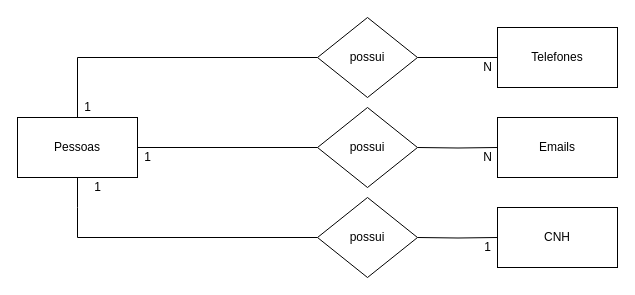
Earlier version of the draw.io diagram page "conceitual" (1 of 2) of sprint-1-bd/exercicios/1.1-exercicio-pessoas/1.1-exercicio-pessoas.drawio (gimacedo-blop/DEV-1). Source tidied: cells renumbered, new cells numbered last; positions are measured from the earlier drawing's top-left corner, leaving out a move shared by most shapes. Both pictures are drawn from the tidied source at 100%, with x=0, y=0 at pixel (17, 17).
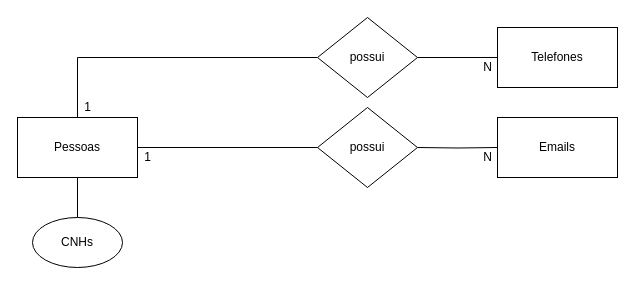
Above is the later version.

Unchanged cells that the change refers to:
```xml
<mxCell id="16" value="Pessoas" style="rounded=0;whiteSpace=wrap;html=1;" parent="1" vertex="1">
  <mxGeometry y="100" width="120" height="60" as="geometry" />
</mxCell>
```

Diff of the diagram source:
```diff
@@
-    <mxCell id="7" style="edgeStyle=orthogonalEdgeStyle;rounded=0;jettySize=auto;html=1;entryX=0;entryY=0.5;entryDx=0;entryDy=0;endArrow=none;endFill=0;" parent="1" edge="1" target="9">
-      <mxGeometry relative="1" as="geometry">
-        <mxPoint x="400" y="220" as="sourcePoint" />
-      </mxGeometry>
-    </mxCell>
@@
-    <mxCell id="9" value="CNH" style="rounded=0;whiteSpace=wrap;html=1;" parent="1" vertex="1">
-      <mxGeometry x="480" y="190" width="120" height="60" as="geometry" />
-    </mxCell>
@@
-    <mxCell id="11" style="edgeStyle=orthogonalEdgeStyle;rounded=0;jettySize=auto;html=1;endArrow=none;endFill=0;" parent="1" edge="1" source="12">
-      <mxGeometry relative="1" as="geometry">
-        <mxPoint x="60" y="220" as="targetPoint" />
-      </mxGeometry>
-    </mxCell>
-    <mxCell id="12" value="possui" style="rhombus;whiteSpace=wrap;html=1;" parent="1" vertex="1">
-      <mxGeometry x="300" y="180" width="100" height="80" as="geometry" />
-    </mxCell>
@@
-    <mxCell id="14" style="edgeStyle=orthogonalEdgeStyle;rounded=0;jettySize=auto;html=1;endArrow=none;endFill=0;" parent="1" edge="1" source="16">
-      <mxGeometry relative="1" as="geometry">
-        <mxPoint x="60" y="220" as="targetPoint" />
-      </mxGeometry>
-    </mxCell>
@@
+    <mxCell id="23" style="edgeStyle=orthogonalEdgeStyle;rounded=0;jettySize=auto;html=1;entryX=0.5;entryY=0;entryDx=0;entryDy=0;endArrow=none;endFill=0;" parent="1" edge="1" source="16" target="24">
+      <mxGeometry relative="1" as="geometry" />
+    </mxCell>
@@
-    <mxCell id="17" value="1" style="text;html=1;align=center;verticalAlign=middle;" parent="1" vertex="1">
-      <mxGeometry x="70" y="160" width="20" height="20" as="geometry" />
-    </mxCell>
-    <mxCell id="18" value="1" style="text;html=1;align=center;verticalAlign=middle;" parent="1" vertex="1">
-      <mxGeometry x="460" y="220" width="20" height="20" as="geometry" />
-    </mxCell>
@@
+    <mxCell id="24" value="CNHs" style="ellipse;whiteSpace=wrap;html=1;" parent="1" vertex="1">
+      <mxGeometry x="15" y="200" width="90" height="50" as="geometry" />
+    </mxCell>
```
